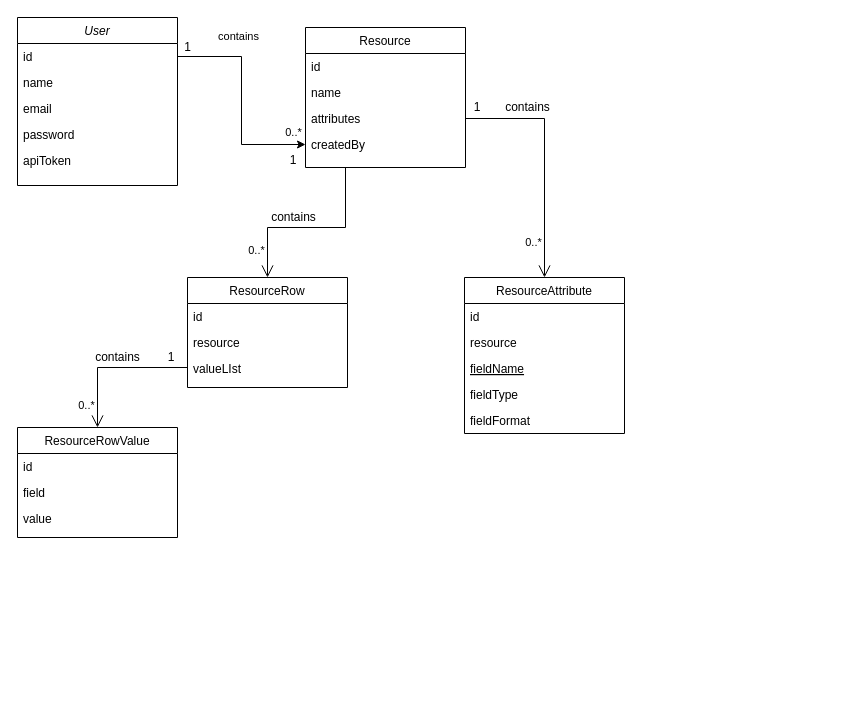
emersonrjr03/fapi-api keeps this draw.io diagram as documentation/fapi.drawio. Above is the earlier version. Source tidied: cells renumbered, new cells numbered last; positions are measured from the earlier drawing's top-left corner, leaving out a move shared by most shapes. Both pictures are drawn from the tidied source at 100%, with x=0, y=0 at pixel (17, 17).
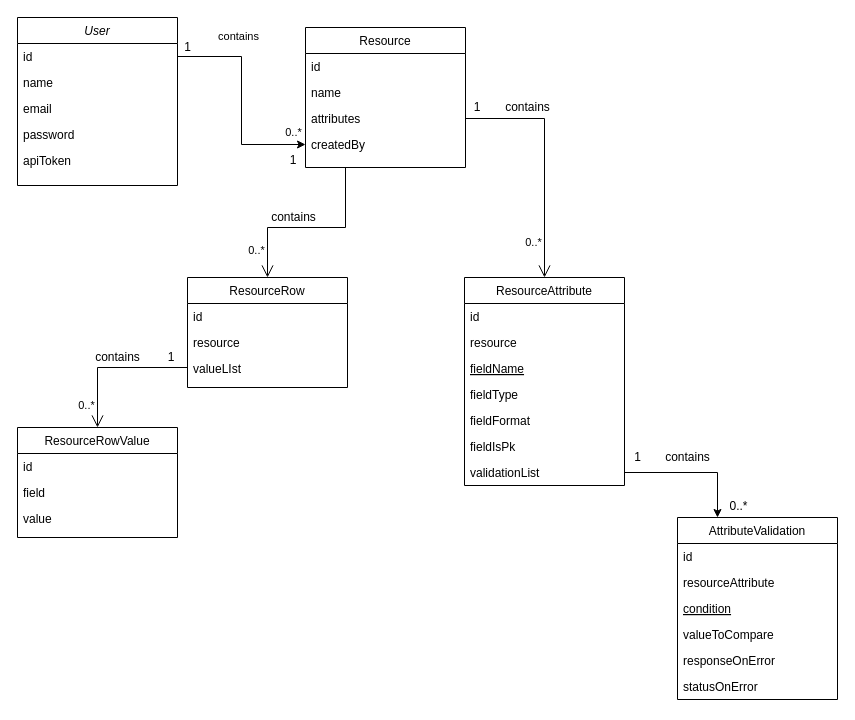
After the change.

The edit, as a diff of the source:
```diff
@@
     <mxCell id="33" value="ResourceAttribute" style="swimlane;fontStyle=0;align=center;verticalAlign=top;horizontal=1;startSize=26;rounded=0;shadow=0;strokeWidth=1;" parent="1" vertex="1">
-      <mxGeometry x="447" y="260" width="160" height="156" as="geometry" />
+      <mxGeometry x="447" y="260" width="160" height="208" as="geometry" />
     </mxCell>
@@
+    <mxCell id="43" value="fieldIsPk" style="text;align=left;verticalAlign=top;spacingLeft=4;spacingRight=4;overflow=hidden;" parent="33" vertex="1">
+      <mxGeometry y="156" width="160" height="26" as="geometry" />
+    </mxCell>
+    <mxCell id="44" value="validationList" style="text;align=left;verticalAlign=top;spacingLeft=4;spacingRight=4;overflow=hidden;points=[[0,0.5],[1,0.5]];portConstraint=eastwest;" parent="33" vertex="1">
+      <mxGeometry y="182" width="160" height="26" as="geometry" />
+    </mxCell>
@@
+    <mxCell id="45" value="AttributeValidation" style="swimlane;fontStyle=0;align=center;verticalAlign=top;horizontal=1;startSize=26;rounded=0;shadow=0;strokeWidth=1;" parent="1" vertex="1">
+      <mxGeometry x="660" y="500" width="160" height="182" as="geometry" />
+    </mxCell>
+    <mxCell id="46" value="id" style="text;align=left;verticalAlign=top;spacingLeft=4;spacingRight=4;overflow=hidden;" parent="45" vertex="1">
+      <mxGeometry y="26" width="160" height="26" as="geometry" />
+    </mxCell>
+    <mxCell id="47" value="resourceAttribute" style="text;align=left;verticalAlign=top;spacingLeft=4;spacingRight=4;overflow=hidden;rounded=0;shadow=0;html=0;" parent="45" vertex="1">
+      <mxGeometry y="52" width="160" height="26" as="geometry" />
+    </mxCell>
+    <mxCell id="48" value="condition" style="text;align=left;verticalAlign=top;spacingLeft=4;spacingRight=4;overflow=hidden;fontStyle=4;" parent="45" vertex="1">
+      <mxGeometry y="78" width="160" height="26" as="geometry" />
+    </mxCell>
+    <mxCell id="49" value="valueToCompare" style="text;align=left;verticalAlign=top;spacingLeft=4;spacingRight=4;overflow=hidden;" parent="45" vertex="1">
+      <mxGeometry y="104" width="160" height="26" as="geometry" />
+    </mxCell>
+    <mxCell id="50" value="responseOnError" style="text;align=left;verticalAlign=top;spacingLeft=4;spacingRight=4;overflow=hidden;" parent="45" vertex="1">
+      <mxGeometry y="130" width="160" height="26" as="geometry" />
+    </mxCell>
+    <mxCell id="51" value="statusOnError" style="text;align=left;verticalAlign=top;spacingLeft=4;spacingRight=4;overflow=hidden;" parent="45" vertex="1">
+      <mxGeometry y="156" width="160" height="26" as="geometry" />
+    </mxCell>
+    <mxCell id="52" style="edgeStyle=orthogonalEdgeStyle;rounded=0;jettySize=auto;html=1;exitX=1;exitY=0.5;exitDx=0;exitDy=0;entryX=0.25;entryY=0;entryDx=0;entryDy=0;" parent="1" edge="1" source="44" target="45">
+      <mxGeometry relative="1" as="geometry" />
+    </mxCell>
+    <mxCell id="53" value="1" style="text;html=1;align=center;verticalAlign=middle;" parent="1" vertex="1">
+      <mxGeometry x="610" y="430" width="20" height="20" as="geometry" />
+    </mxCell>
+    <mxCell id="54" value="0..*" style="text;html=1;align=center;verticalAlign=middle;" parent="1" vertex="1">
+      <mxGeometry x="706" y="479" width="30" height="20" as="geometry" />
+    </mxCell>
+    <mxCell id="55" value="contains" style="text;html=1;align=center;verticalAlign=middle;" parent="1" vertex="1">
+      <mxGeometry x="640" y="430" width="60" height="20" as="geometry" />
+    </mxCell>
```
